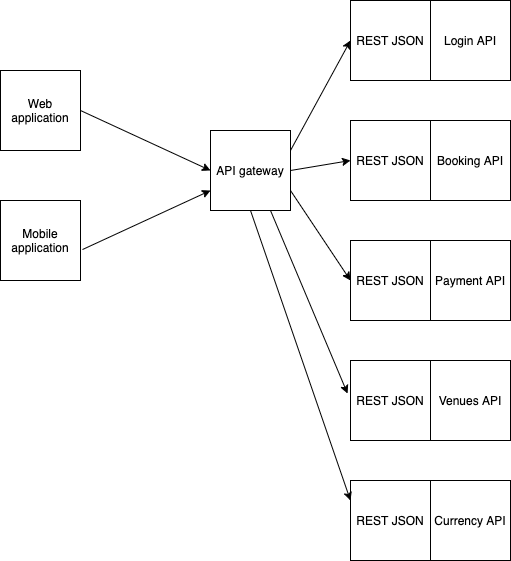
The draw.io diagram Diagram.drawio.png in lwl234/microservices-task-1, before a commit. Source tidied: cells renumbered, new cells last; positions are measured from the earlier drawing's top-left corner, leaving out a move shared by most shapes. Source of this version:
```xml
<mxGraphModel>
  <root>
    <mxCell id="0" />
    <mxCell id="1" parent="0" />
    <mxCell id="2" value="API gateway" style="whiteSpace=wrap;html=1;" parent="1" vertex="1">
      <mxGeometry x="210" y="130" width="80" height="80" as="geometry" />
    </mxCell>
    <mxCell id="3" value="Web application" style="whiteSpace=wrap;html=1;" parent="1" vertex="1">
      <mxGeometry y="70" width="80" height="80" as="geometry" />
    </mxCell>
    <mxCell id="4" value="Mobile application" style="whiteSpace=wrap;html=1;" parent="1" vertex="1">
      <mxGeometry y="200" width="80" height="80" as="geometry" />
    </mxCell>
    <mxCell id="5" style="endArrow=classic;html=1;exitX=1;exitY=0.5;exitDx=0;exitDy=0;entryX=0;entryY=0.5;entryDx=0;entryDy=0;" parent="1" edge="1" source="3" target="2">
      <mxGeometry relative="1" as="geometry" />
    </mxCell>
    <mxCell id="6" style="endArrow=classic;html=1;exitX=1.025;exitY=0.613;exitDx=0;exitDy=0;exitPerimeter=0;entryX=0;entryY=0.75;entryDx=0;entryDy=0;" parent="1" edge="1" source="4" target="2">
      <mxGeometry relative="1" as="geometry" />
    </mxCell>
    <mxCell id="7" value="REST JSON" style="whiteSpace=wrap;html=1;" parent="1" vertex="1">
      <mxGeometry x="350" width="80" height="80" as="geometry" />
    </mxCell>
    <mxCell id="8" value="Login API" style="whiteSpace=wrap;html=1;" parent="1" vertex="1">
      <mxGeometry x="430" width="80" height="80" as="geometry" />
    </mxCell>
    <mxCell id="9" value="REST JSON" style="whiteSpace=wrap;html=1;" parent="1" vertex="1">
      <mxGeometry x="350" y="120" width="80" height="80" as="geometry" />
    </mxCell>
    <mxCell id="10" value="Booking API" style="whiteSpace=wrap;html=1;" parent="1" vertex="1">
      <mxGeometry x="430" y="120" width="80" height="80" as="geometry" />
    </mxCell>
    <mxCell id="11" value="REST JSON" style="whiteSpace=wrap;html=1;" parent="1" vertex="1">
      <mxGeometry x="350" y="240" width="80" height="80" as="geometry" />
    </mxCell>
    <mxCell id="12" value="Payment API" style="whiteSpace=wrap;html=1;" parent="1" vertex="1">
      <mxGeometry x="430" y="240" width="80" height="80" as="geometry" />
    </mxCell>
    <mxCell id="13" value="REST JSON" style="whiteSpace=wrap;html=1;" parent="1" vertex="1">
      <mxGeometry x="350" y="360" width="80" height="80" as="geometry" />
    </mxCell>
    <mxCell id="14" value="Venues API" style="whiteSpace=wrap;html=1;" parent="1" vertex="1">
      <mxGeometry x="430" y="360" width="80" height="80" as="geometry" />
    </mxCell>
    <mxCell id="15" value="REST JSON" style="whiteSpace=wrap;html=1;" parent="1" vertex="1">
      <mxGeometry x="350" y="480" width="80" height="80" as="geometry" />
    </mxCell>
    <mxCell id="16" value="Currency API" style="whiteSpace=wrap;html=1;" parent="1" vertex="1">
      <mxGeometry x="430" y="480" width="80" height="80" as="geometry" />
    </mxCell>
    <mxCell id="17" style="endArrow=classic;html=1;exitX=1;exitY=0.25;exitDx=0;exitDy=0;entryX=0;entryY=0.5;entryDx=0;entryDy=0;" parent="1" edge="1" source="2" target="7">
      <mxGeometry relative="1" as="geometry" />
    </mxCell>
    <mxCell id="18" style="endArrow=classic;html=1;exitX=1;exitY=0.5;exitDx=0;exitDy=0;entryX=0;entryY=0.5;entryDx=0;entryDy=0;" parent="1" edge="1" source="2" target="9">
      <mxGeometry relative="1" as="geometry" />
    </mxCell>
    <mxCell id="19" style="endArrow=classic;html=1;exitX=1;exitY=0.75;exitDx=0;exitDy=0;entryX=0;entryY=0.5;entryDx=0;entryDy=0;" parent="1" edge="1" source="2" target="11">
      <mxGeometry relative="1" as="geometry" />
    </mxCell>
    <mxCell id="20" style="endArrow=classic;html=1;exitX=0.75;exitY=1;exitDx=0;exitDy=0;entryX=-0.037;entryY=0.413;entryDx=0;entryDy=0;entryPerimeter=0;" parent="1" edge="1" source="2" target="13">
      <mxGeometry relative="1" as="geometry" />
    </mxCell>
    <mxCell id="21" style="endArrow=classic;html=1;exitX=0.5;exitY=1;exitDx=0;exitDy=0;entryX=0;entryY=0.25;entryDx=0;entryDy=0;" parent="1" edge="1" source="2" target="15">
      <mxGeometry relative="1" as="geometry" />
    </mxCell>
  </root>
</mxGraphModel>
```
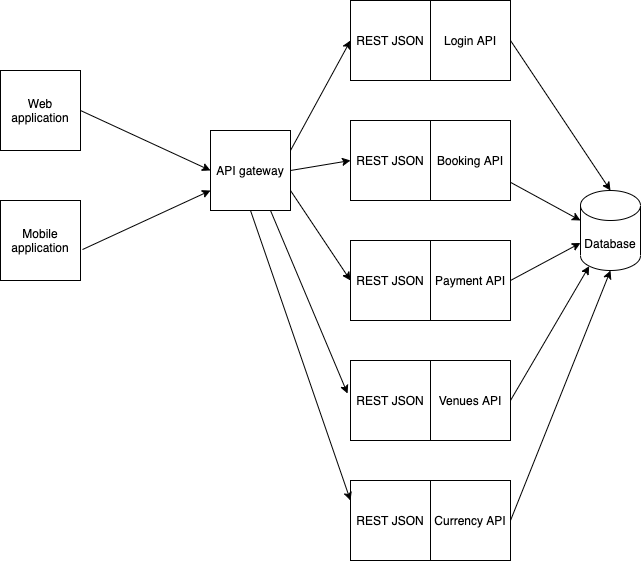
After the change.

Diff of the diagram source:
```diff
@@ -62,5 +62,25 @@
     <mxCell id="21" style="endArrow=classic;html=1;exitX=0.5;exitY=1;exitDx=0;exitDy=0;entryX=0;entryY=0.25;entryDx=0;entryDy=0;" parent="1" edge="1" source="2" target="15">
       <mxGeometry relative="1" as="geometry" />
     </mxCell>
+    <mxCell id="22" value="Database" style="shape=cylinder3;whiteSpace=wrap;html=1;boundedLbl=1;backgroundOutline=1;size=15;" parent="1" vertex="1">
+      <mxGeometry x="580" y="190" width="60" height="80" as="geometry" />
+    </mxCell>
+    <mxCell id="23" style="endArrow=classic;html=1;exitX=1;exitY=0.5;exitDx=0;exitDy=0;entryX=0.5;entryY=0;entryDx=0;entryDy=0;entryPerimeter=0;" parent="1" edge="1" source="8" target="22">
+      <mxGeometry relative="1" as="geometry" />
+    </mxCell>
+    <mxCell id="24" style="endArrow=classic;html=1;" parent="1" edge="1" source="10">
+      <mxGeometry relative="1" as="geometry">
+        <mxPoint x="580" y="220" as="targetPoint" />
+      </mxGeometry>
+    </mxCell>
+    <mxCell id="25" style="endArrow=classic;html=1;exitX=1;exitY=0.5;exitDx=0;exitDy=0;entryX=0;entryY=0;entryDx=0;entryDy=52.5;entryPerimeter=0;" parent="1" edge="1" source="12" target="22">
+      <mxGeometry relative="1" as="geometry" />
+    </mxCell>
+    <mxCell id="26" style="endArrow=classic;html=1;exitX=1;exitY=0.5;exitDx=0;exitDy=0;entryX=0.145;entryY=1;entryDx=0;entryDy=-4.35;entryPerimeter=0;" parent="1" edge="1" source="14" target="22">
+      <mxGeometry relative="1" as="geometry" />
+    </mxCell>
+    <mxCell id="27" style="endArrow=classic;html=1;exitX=1;exitY=0.5;exitDx=0;exitDy=0;entryX=0.5;entryY=1;entryDx=0;entryDy=0;entryPerimeter=0;" parent="1" edge="1" source="16" target="22">
+      <mxGeometry relative="1" as="geometry" />
+    </mxCell>
   </root>
 </mxGraphModel>
```
